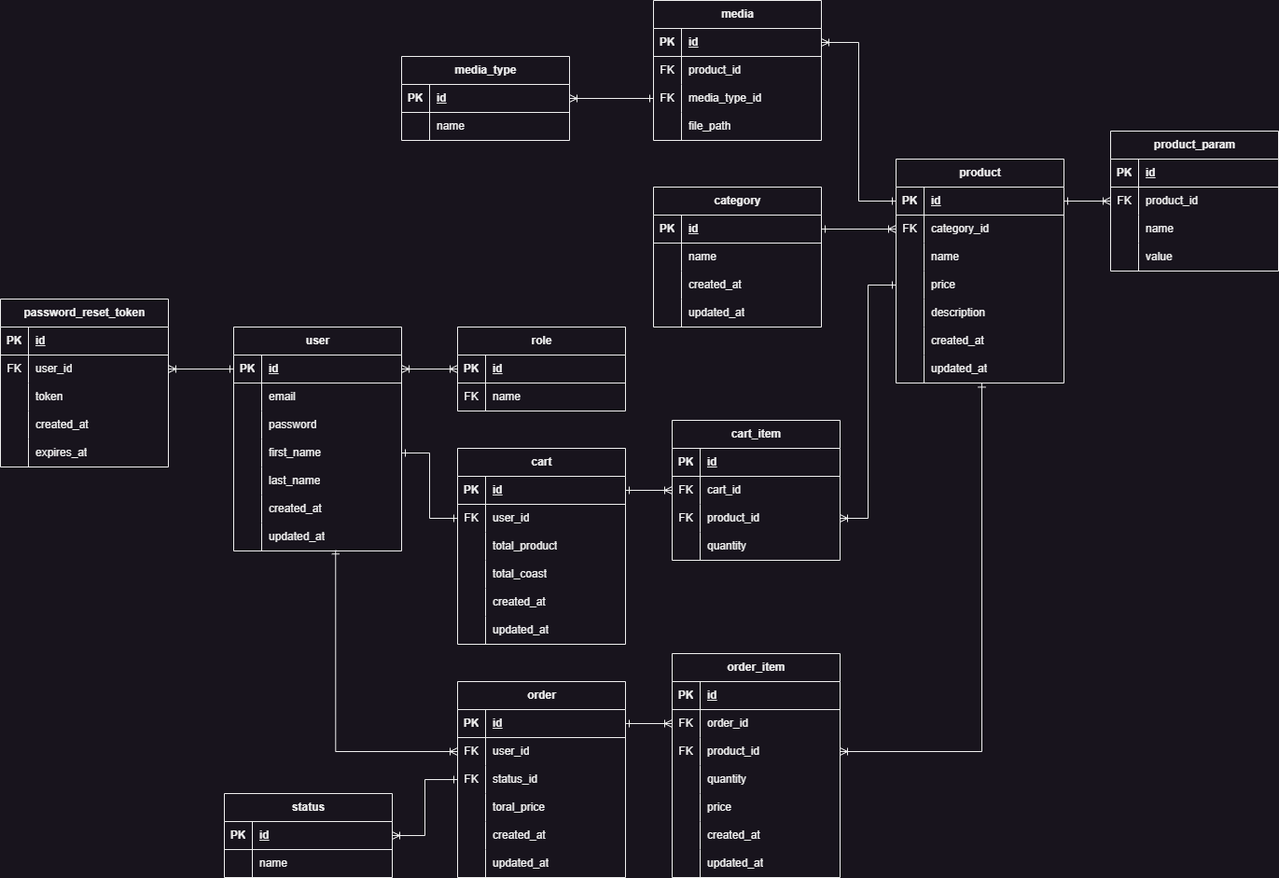
Deonniss/GusliStore keeps this draw.io diagram as docs/db/uml_DB_black.png. Above is the earlier version. Source tidied: cells renumbered, new cells last; positions are measured from the earlier drawing's top-left corner, leaving out a move shared by most shapes.
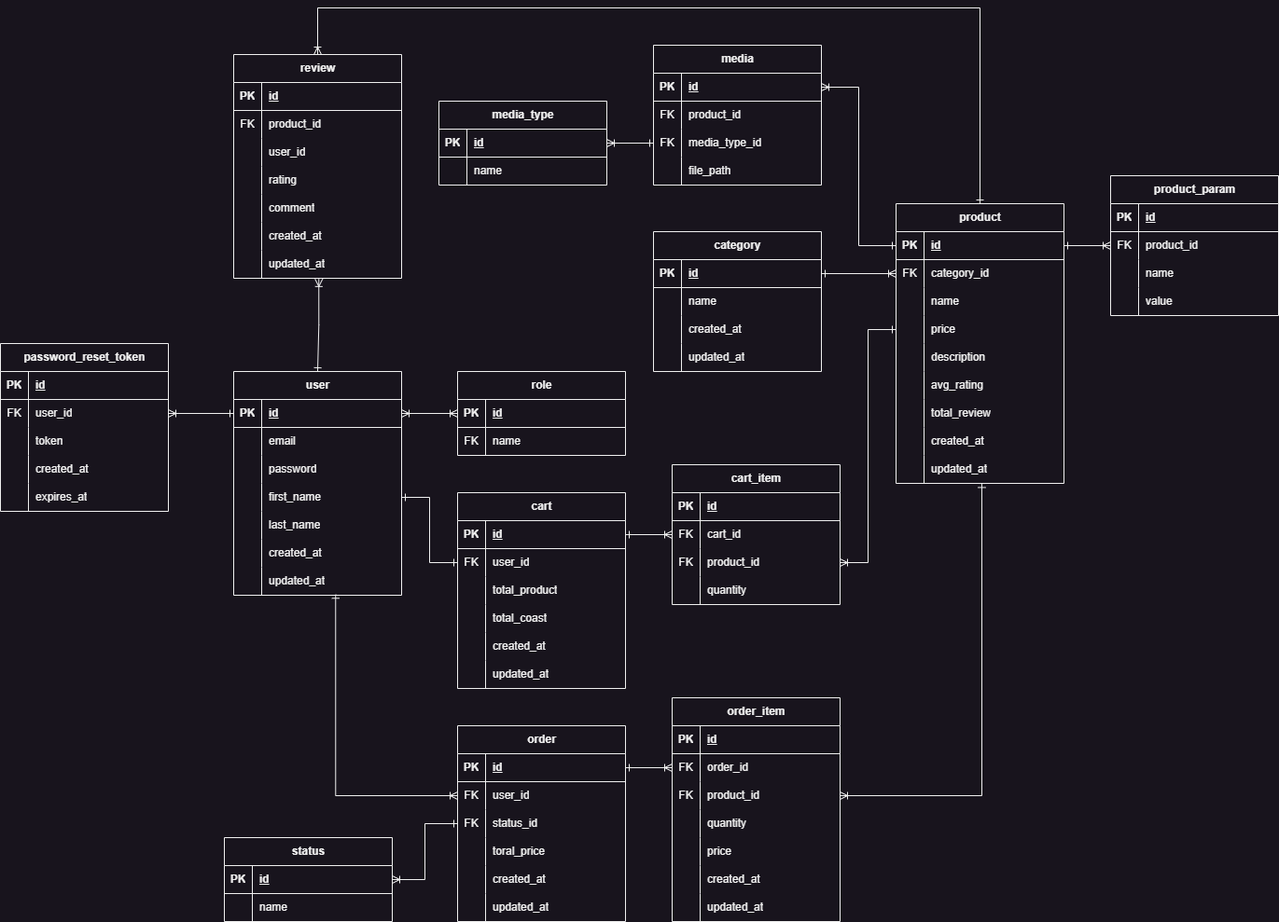
After the change.

Commit message:
add review table

Change to the diagram source:
```diff
@@ -183,7 +183,7 @@
       <mxGeometry x="30" width="150" height="30" as="geometry" />
     </mxCell>
     <mxCell id="62" value="product" style="shape=table;startSize=30;rowLines=0;fontStyle=1;align=center;html=1;" parent="1" vertex="1">
-      <mxGeometry x="960" y="170" width="180" height="240" as="geometry" />
+      <mxGeometry x="960" y="170" width="180" height="300" as="geometry" />
     </mxCell>
     <mxCell id="63" style="shape=tableRow;horizontal=0;startSize=0;swimlaneHead=0;swimlaneBody=0;fillColor=none;points=[[0,0.5],[1,0.5]];portConstraint=eastwest;top=0;left=0;right=0;bottom=1;" parent="62" vertex="1">
       <mxGeometry y="30" width="180" height="30" as="geometry" />
@@ -230,8 +230,26 @@
     <mxCell id="77" value="description" style="shape=partialRectangle;fillColor=none;top=0;left=0;bottom=0;right=0;align=left;spacingLeft=6;overflow=hidden;whiteSpace=wrap;html=1;" parent="75" vertex="1">
       <mxGeometry x="30" width="150" height="30" as="geometry" />
     </mxCell>
+    <mxCell id="208" style="shape=tableRow;horizontal=0;startSize=0;swimlaneHead=0;swimlaneBody=0;fillColor=none;top=0;left=0;right=0;bottom=0;" parent="62" vertex="1">
+      <mxGeometry y="180" width="180" height="30" as="geometry" />
+    </mxCell>
+    <mxCell id="209" style="shape=partialRectangle;fillColor=none;top=0;left=0;bottom=0;right=0;overflow=hidden;whiteSpace=wrap;html=1;" parent="208" vertex="1">
+      <mxGeometry width="30" height="30" as="geometry" />
+    </mxCell>
+    <mxCell id="210" value="avg_rating" style="shape=partialRectangle;fillColor=none;top=0;left=0;bottom=0;right=0;align=left;spacingLeft=6;overflow=hidden;whiteSpace=wrap;html=1;" parent="208" vertex="1">
+      <mxGeometry x="30" width="150" height="30" as="geometry" />
+    </mxCell>
+    <mxCell id="211" style="shape=tableRow;horizontal=0;startSize=0;swimlaneHead=0;swimlaneBody=0;fillColor=none;top=0;left=0;right=0;bottom=0;" parent="62" vertex="1">
+      <mxGeometry y="210" width="180" height="30" as="geometry" />
+    </mxCell>
+    <mxCell id="212" style="shape=partialRectangle;fillColor=none;top=0;left=0;bottom=0;right=0;overflow=hidden;whiteSpace=wrap;html=1;" parent="211" vertex="1">
+      <mxGeometry width="30" height="30" as="geometry" />
+    </mxCell>
+    <mxCell id="213" value="total_review" style="shape=partialRectangle;fillColor=none;top=0;left=0;bottom=0;right=0;align=left;spacingLeft=6;overflow=hidden;whiteSpace=wrap;html=1;" parent="211" vertex="1">
+      <mxGeometry x="30" width="150" height="30" as="geometry" />
+    </mxCell>
     <mxCell id="78" style="shape=tableRow;horizontal=0;startSize=0;swimlaneHead=0;swimlaneBody=0;fillColor=none;top=0;left=0;right=0;bottom=0;" parent="62" vertex="1">
-      <mxGeometry y="180" width="180" height="30" as="geometry" />
+      <mxGeometry y="240" width="180" height="30" as="geometry" />
     </mxCell>
     <mxCell id="79" style="shape=partialRectangle;fillColor=none;top=0;left=0;bottom=0;right=0;overflow=hidden;whiteSpace=wrap;html=1;" parent="78" vertex="1">
       <mxGeometry width="30" height="30" as="geometry" />
@@ -240,7 +258,7 @@
       <mxGeometry x="30" width="150" height="30" as="geometry" />
     </mxCell>
     <mxCell id="81" style="shape=tableRow;horizontal=0;startSize=0;swimlaneHead=0;swimlaneBody=0;fillColor=none;points=[[0,0.5],[1,0.5]];portConstraint=eastwest;top=0;left=0;right=0;bottom=0;" parent="62" vertex="1">
-      <mxGeometry y="210" width="180" height="30" as="geometry" />
+      <mxGeometry y="270" width="180" height="30" as="geometry" />
     </mxCell>
     <mxCell id="82" style="shape=partialRectangle;fillColor=none;top=0;left=0;bottom=0;right=0;overflow=hidden;whiteSpace=wrap;html=1;" parent="81" vertex="1">
       <mxGeometry width="30" height="30" as="geometry" />
@@ -333,7 +351,7 @@
       <mxGeometry x="30" width="150" height="30" as="geometry" />
     </mxCell>
     <mxCell id="112" value="media_type" style="shape=table;startSize=30;rowLines=0;fontStyle=1;align=center;html=1;" parent="1" vertex="1">
-      <mxGeometry x="430" y="60" width="180" height="90" as="geometry" />
+      <mxGeometry x="470" y="60" width="180" height="90" as="geometry" />
     </mxCell>
     <mxCell id="113" style="shape=tableRow;horizontal=0;startSize=0;swimlaneHead=0;swimlaneBody=0;fillColor=none;points=[[0,0.5],[1,0.5]];portConstraint=eastwest;top=0;left=0;right=0;bottom=1;" parent="112" vertex="1">
       <mxGeometry y="30" width="180" height="30" as="geometry" />
@@ -620,5 +638,82 @@
     <mxCell id="207" style="edgeStyle=orthogonalEdgeStyle;rounded=0;jettySize=auto;html=1;endArrow=ERone;endFill=0;startArrow=ERoneToMany;startFill=0;exitX=1;exitY=0.5;exitDx=0;exitDy=0;" parent="1" edge="1" source="201" target="163">
       <mxGeometry relative="1" as="geometry" />
     </mxCell>
+    <mxCell id="214" style="edgeStyle=orthogonalEdgeStyle;rounded=0;jettySize=auto;html=1;endArrow=ERoneToMany;endFill=0;startArrow=ERone;startFill=0;exitX=0.5;exitY=0;exitDx=0;exitDy=0;" parent="1" edge="1" source="62" target="215">
+      <mxGeometry relative="1" as="geometry">
+        <Array as="points">
+          <mxPoint x="1050" y="-40" />
+          <mxPoint x="340" y="-40" />
+        </Array>
+      </mxGeometry>
+    </mxCell>
+    <mxCell id="215" value="review" style="shape=table;startSize=30;rowLines=0;fontStyle=1;align=center;html=1;" parent="1" vertex="1">
+      <mxGeometry x="250" y="10" width="180" height="240" as="geometry" />
+    </mxCell>
+    <mxCell id="216" style="shape=tableRow;horizontal=0;startSize=0;swimlaneHead=0;swimlaneBody=0;fillColor=none;top=0;left=0;right=0;bottom=1;" parent="215" vertex="1">
+      <mxGeometry y="30" width="180" height="30" as="geometry" />
+    </mxCell>
+    <mxCell id="217" value="PK" style="shape=partialRectangle;fillColor=none;top=0;left=0;bottom=0;right=0;fontStyle=1;overflow=hidden;whiteSpace=wrap;html=1;" parent="216" vertex="1">
+      <mxGeometry width="30" height="30" as="geometry" />
+    </mxCell>
+    <mxCell id="218" value="id" style="shape=partialRectangle;fillColor=none;top=0;left=0;bottom=0;right=0;align=left;spacingLeft=6;fontStyle=5;overflow=hidden;whiteSpace=wrap;html=1;" parent="216" vertex="1">
+      <mxGeometry x="30" width="150" height="30" as="geometry" />
+    </mxCell>
+    <mxCell id="219" style="shape=tableRow;horizontal=0;startSize=0;swimlaneHead=0;swimlaneBody=0;fillColor=none;top=0;left=0;right=0;bottom=0;" parent="215" vertex="1">
+      <mxGeometry y="60" width="180" height="30" as="geometry" />
+    </mxCell>
+    <mxCell id="220" value="FK" style="shape=partialRectangle;fillColor=none;top=0;left=0;bottom=0;right=0;overflow=hidden;whiteSpace=wrap;html=1;" parent="219" vertex="1">
+      <mxGeometry width="30" height="30" as="geometry" />
+    </mxCell>
+    <mxCell id="221" value="product_id" style="shape=partialRectangle;fillColor=none;top=0;left=0;bottom=0;right=0;align=left;spacingLeft=6;overflow=hidden;whiteSpace=wrap;html=1;" parent="219" vertex="1">
+      <mxGeometry x="30" width="150" height="30" as="geometry" />
+    </mxCell>
+    <mxCell id="222" style="shape=tableRow;horizontal=0;startSize=0;swimlaneHead=0;swimlaneBody=0;fillColor=none;top=0;left=0;right=0;bottom=0;" parent="215" vertex="1">
+      <mxGeometry y="90" width="180" height="30" as="geometry" />
+    </mxCell>
+    <mxCell id="223" style="shape=partialRectangle;fillColor=none;top=0;left=0;bottom=0;right=0;overflow=hidden;whiteSpace=wrap;html=1;" parent="222" vertex="1">
+      <mxGeometry width="30" height="30" as="geometry" />
+    </mxCell>
+    <mxCell id="224" value="user_id" style="shape=partialRectangle;fillColor=none;top=0;left=0;bottom=0;right=0;align=left;spacingLeft=6;overflow=hidden;whiteSpace=wrap;html=1;" parent="222" vertex="1">
+      <mxGeometry x="30" width="150" height="30" as="geometry" />
+    </mxCell>
+    <mxCell id="225" style="shape=tableRow;horizontal=0;startSize=0;swimlaneHead=0;swimlaneBody=0;fillColor=none;top=0;left=0;right=0;bottom=0;" parent="215" vertex="1">
+      <mxGeometry y="120" width="180" height="30" as="geometry" />
+    </mxCell>
+    <mxCell id="226" style="shape=partialRectangle;fillColor=none;top=0;left=0;bottom=0;right=0;overflow=hidden;whiteSpace=wrap;html=1;" parent="225" vertex="1">
+      <mxGeometry width="30" height="30" as="geometry" />
+    </mxCell>
+    <mxCell id="227" value="rating" style="shape=partialRectangle;fillColor=none;top=0;left=0;bottom=0;right=0;align=left;spacingLeft=6;overflow=hidden;whiteSpace=wrap;html=1;" parent="225" vertex="1">
+      <mxGeometry x="30" width="150" height="30" as="geometry" />
+    </mxCell>
+    <mxCell id="228" style="shape=tableRow;horizontal=0;startSize=0;swimlaneHead=0;swimlaneBody=0;fillColor=none;top=0;left=0;right=0;bottom=0;" parent="215" vertex="1">
+      <mxGeometry y="150" width="180" height="30" as="geometry" />
+    </mxCell>
+    <mxCell id="229" style="shape=partialRectangle;fillColor=none;top=0;left=0;bottom=0;right=0;overflow=hidden;whiteSpace=wrap;html=1;" parent="228" vertex="1">
+      <mxGeometry width="30" height="30" as="geometry" />
+    </mxCell>
+    <mxCell id="230" value="comment" style="shape=partialRectangle;fillColor=none;top=0;left=0;bottom=0;right=0;align=left;spacingLeft=6;overflow=hidden;whiteSpace=wrap;html=1;" parent="228" vertex="1">
+      <mxGeometry x="30" width="150" height="30" as="geometry" />
+    </mxCell>
+    <mxCell id="231" style="shape=tableRow;horizontal=0;startSize=0;swimlaneHead=0;swimlaneBody=0;fillColor=none;top=0;left=0;right=0;bottom=0;" parent="215" vertex="1">
+      <mxGeometry y="180" width="180" height="30" as="geometry" />
+    </mxCell>
+    <mxCell id="232" style="shape=partialRectangle;fillColor=none;top=0;left=0;bottom=0;right=0;overflow=hidden;whiteSpace=wrap;html=1;" parent="231" vertex="1">
+      <mxGeometry width="30" height="30" as="geometry" />
+    </mxCell>
+    <mxCell id="233" value="created_at" style="shape=partialRectangle;fillColor=none;top=0;left=0;bottom=0;right=0;align=left;spacingLeft=6;overflow=hidden;whiteSpace=wrap;html=1;" parent="231" vertex="1">
+      <mxGeometry x="30" width="150" height="30" as="geometry" />
+    </mxCell>
+    <mxCell id="234" style="shape=tableRow;horizontal=0;startSize=0;swimlaneHead=0;swimlaneBody=0;fillColor=none;points=[[0,0.5],[1,0.5]];portConstraint=eastwest;top=0;left=0;right=0;bottom=0;" parent="215" vertex="1">
+      <mxGeometry y="210" width="180" height="30" as="geometry" />
+    </mxCell>
+    <mxCell id="235" style="shape=partialRectangle;fillColor=none;top=0;left=0;bottom=0;right=0;overflow=hidden;whiteSpace=wrap;html=1;" parent="234" vertex="1">
+      <mxGeometry width="30" height="30" as="geometry" />
+    </mxCell>
+    <mxCell id="236" value="updated_at" style="shape=partialRectangle;fillColor=none;top=0;left=0;bottom=0;right=0;align=left;spacingLeft=6;overflow=hidden;whiteSpace=wrap;html=1;" parent="234" vertex="1">
+      <mxGeometry x="30" width="150" height="30" as="geometry" />
+    </mxCell>
+    <mxCell id="237" style="edgeStyle=orthogonalEdgeStyle;rounded=0;jettySize=auto;html=1;endArrow=ERone;endFill=0;startArrow=ERoneToMany;startFill=0;exitX=0.507;exitY=1.029;exitDx=0;exitDy=0;exitPerimeter=0;" parent="1" edge="1" source="234" target="2">
+      <mxGeometry relative="1" as="geometry" />
+    </mxCell>
   </root>
 </mxGraphModel>
```
